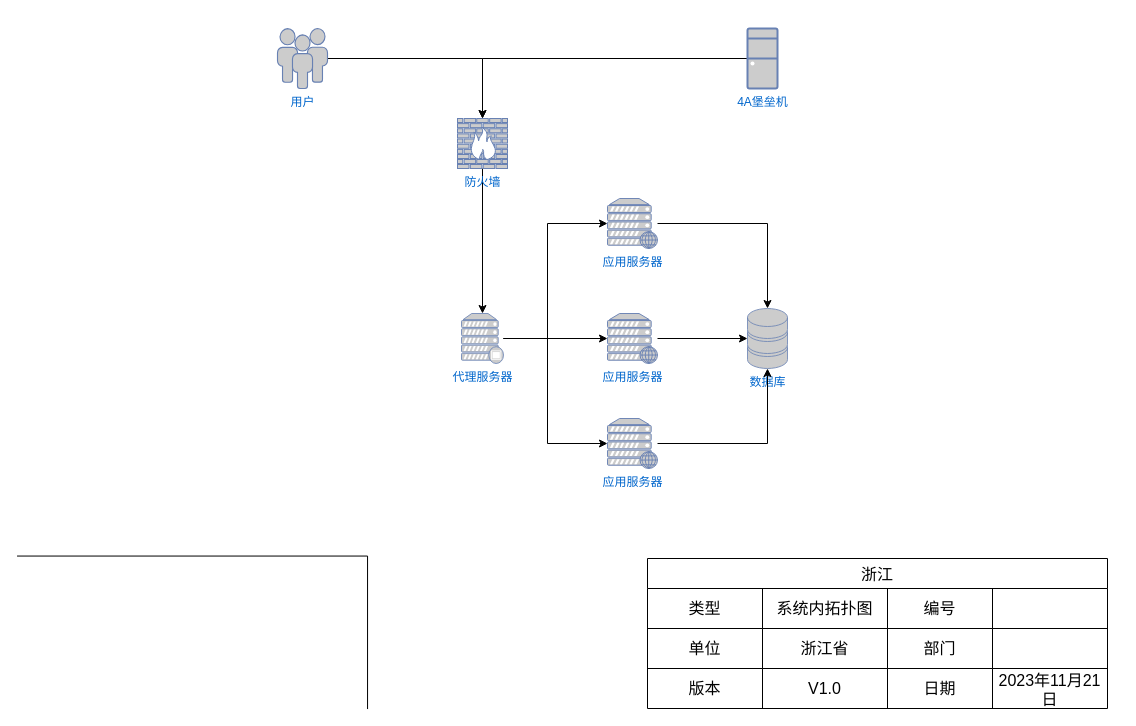
Above: Untitled Diagram.drawio in rchd/work-note (draw.io), before the change. Source tidied: cells renumbered, new cells numbered last; positions are measured from the earlier drawing's top-left corner, leaving out a move shared by most shapes. Both pictures are drawn from the tidied source at 100%, with x=0, y=0 at pixel (116, 28).
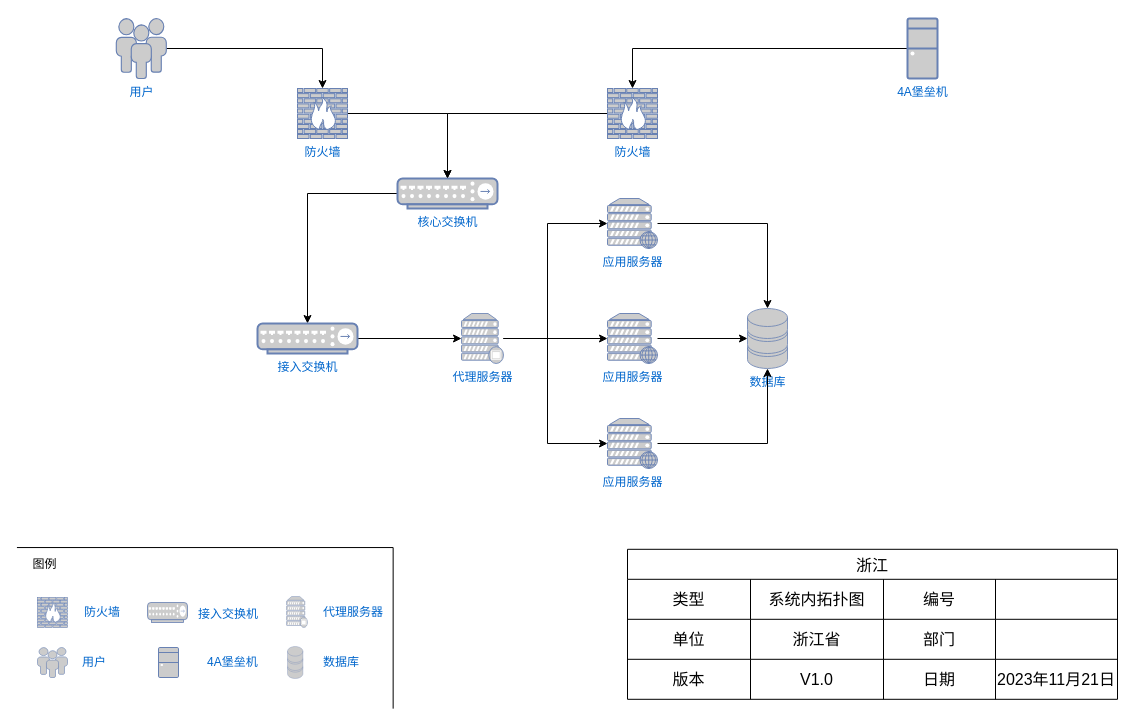
The same diagram, later.

Unchanged cells that the change refers to:
```xml
<mxCell id="14" value="代理服务器" style="fontColor=#0066CC;verticalAlign=top;verticalLabelPosition=bottom;labelPosition=center;align=center;html=1;outlineConnect=0;fillColor=#CCCCCC;strokeColor=#6881B3;gradientColor=none;gradientDirection=north;strokeWidth=2;shape=mxgraph.networks.proxy_server;" parent="1" vertex="1">
  <mxGeometry x="345" y="285" width="42" height="50" as="geometry" />
</mxCell>
```

Change to the diagram source:
```diff
@@
     <mxCell id="3" value="用户" style="fontColor=#0066CC;verticalAlign=top;verticalLabelPosition=bottom;labelPosition=center;align=center;html=1;outlineConnect=0;fillColor=#CCCCCC;strokeColor=#6881B3;gradientColor=none;gradientDirection=north;strokeWidth=2;shape=mxgraph.networks.users;" parent="1" vertex="1">
-      <mxGeometry x="161" width="50" height="60" as="geometry" />
+      <mxGeometry x="-0.2" y="-10" width="50" height="60" as="geometry" />
     </mxCell>
@@
-    <mxCell id="7" style="edgeStyle=orthogonalEdgeStyle;rounded=0;jettySize=auto;html=1;" parent="1" edge="1" source="8" target="14">
+    <mxCell id="7" style="edgeStyle=orthogonalEdgeStyle;rounded=0;jettySize=auto;html=1;" parent="1" edge="1" source="8" target="38">
       <mxGeometry relative="1" as="geometry" />
     </mxCell>
     <mxCell id="8" value="防火墙" style="fontColor=#0066CC;verticalAlign=top;verticalLabelPosition=bottom;labelPosition=center;align=center;html=1;outlineConnect=0;fillColor=#CCCCCC;strokeColor=#6881B3;gradientColor=none;gradientDirection=north;strokeWidth=2;shape=mxgraph.networks.firewall;" parent="1" vertex="1">
-      <mxGeometry x="341" y="90" width="50" height="50" as="geometry" />
+      <mxGeometry x="181" y="60" width="50" height="50" as="geometry" />
     </mxCell>
-    <mxCell id="9" style="edgeStyle=orthogonalEdgeStyle;rounded=0;jettySize=auto;html=1;" parent="1" edge="1" source="10" target="8">
-      <mxGeometry relative="1" as="geometry" />
-    </mxCell>
+    <mxCell id="36" style="edgeStyle=orthogonalEdgeStyle;rounded=0;jettySize=auto;html=1;" parent="1" edge="1" source="10" target="40">
+      <mxGeometry relative="1" as="geometry" />
+    </mxCell>
     <mxCell id="10" value="4A堡垒机" style="fontColor=#0066CC;verticalAlign=top;verticalLabelPosition=bottom;labelPosition=center;align=center;html=1;outlineConnect=0;fillColor=#CCCCCC;strokeColor=#6881B3;gradientColor=none;gradientDirection=north;strokeWidth=2;shape=mxgraph.networks.desktop_pc;" parent="1" vertex="1">
-      <mxGeometry x="631" width="30" height="60" as="geometry" />
+      <mxGeometry x="791" y="-10" width="30" height="60" as="geometry" />
     </mxCell>
@@
     <mxCell id="19" value="浙江" style="shape=table;startSize=30;childLayout=tableLayout;strokeColor=default;fontSize=16;shadow=0;rowLines=1;arcSize=15;" parent="1" vertex="1">
-      <mxGeometry x="531" y="530" width="460" height="150" as="geometry" />
+      <mxGeometry x="511" y="520.8" width="490" height="150" as="geometry" />
     </mxCell>
     <mxCell id="20" style="shape=tableRow;horizontal=0;startSize=0;swimlaneHead=0;swimlaneBody=0;strokeColor=inherit;top=0;left=0;bottom=0;right=0;fillColor=none;fontSize=16;" parent="19" vertex="1">
-      <mxGeometry y="30" width="460" height="40" as="geometry" />
+      <mxGeometry y="30" width="490" height="40" as="geometry" />
     </mxCell>
     <mxCell id="21" value="类型" style="shape=partialRectangle;html=1;whiteSpace=wrap;strokeColor=inherit;overflow=hidden;fillColor=none;top=0;left=0;bottom=0;right=0;fontSize=16;" parent="20" vertex="1">
-      <mxGeometry width="115" height="40" as="geometry" />
+      <mxGeometry width="123" height="40" as="geometry" />
     </mxCell>
     <mxCell id="22" value="系统内拓扑图" style="shape=partialRectangle;html=1;whiteSpace=wrap;strokeColor=inherit;overflow=hidden;fillColor=none;top=0;left=0;bottom=0;right=0;fontSize=16;" parent="20" vertex="1">
-      <mxGeometry x="115" width="125" height="40" as="geometry" />
+      <mxGeometry x="123" width="133" height="40" as="geometry" />
     </mxCell>
     <mxCell id="23" value="编号" style="shape=partialRectangle;html=1;whiteSpace=wrap;strokeColor=inherit;overflow=hidden;fillColor=none;top=0;left=0;bottom=0;right=0;fontSize=16;" parent="20" vertex="1">
-      <mxGeometry x="240" width="105" height="40" as="geometry" />
+      <mxGeometry x="256" width="112" height="40" as="geometry" />
     </mxCell>
     <mxCell id="24" style="shape=partialRectangle;html=1;whiteSpace=wrap;strokeColor=inherit;overflow=hidden;fillColor=none;top=0;left=0;bottom=0;right=0;fontSize=16;" parent="20" vertex="1">
-      <mxGeometry x="345" width="115" height="40" as="geometry" />
+      <mxGeometry x="368" width="122" height="40" as="geometry" />
     </mxCell>
     <mxCell id="25" style="shape=tableRow;horizontal=0;startSize=0;swimlaneHead=0;swimlaneBody=0;strokeColor=inherit;top=0;left=0;bottom=0;right=0;fillColor=none;fontSize=16;" parent="19" vertex="1">
-      <mxGeometry y="70" width="460" height="40" as="geometry" />
+      <mxGeometry y="70" width="490" height="40" as="geometry" />
     </mxCell>
     <mxCell id="26" value="单位" style="shape=partialRectangle;html=1;whiteSpace=wrap;strokeColor=inherit;overflow=hidden;fillColor=none;top=0;left=0;bottom=0;right=0;fontSize=16;" parent="25" vertex="1">
-      <mxGeometry width="115" height="40" as="geometry" />
+      <mxGeometry width="123" height="40" as="geometry" />
     </mxCell>
     <mxCell id="27" value="浙江省" style="shape=partialRectangle;html=1;whiteSpace=wrap;strokeColor=inherit;overflow=hidden;fillColor=none;top=0;left=0;bottom=0;right=0;fontSize=16;" parent="25" vertex="1">
-      <mxGeometry x="115" width="125" height="40" as="geometry" />
+      <mxGeometry x="123" width="133" height="40" as="geometry" />
     </mxCell>
     <mxCell id="28" value="部门" style="shape=partialRectangle;html=1;whiteSpace=wrap;strokeColor=inherit;overflow=hidden;fillColor=none;top=0;left=0;bottom=0;right=0;fontSize=16;" parent="25" vertex="1">
-      <mxGeometry x="240" width="105" height="40" as="geometry" />
+      <mxGeometry x="256" width="112" height="40" as="geometry" />
     </mxCell>
     <mxCell id="29" style="shape=partialRectangle;html=1;whiteSpace=wrap;strokeColor=inherit;overflow=hidden;fillColor=none;top=0;left=0;bottom=0;right=0;fontSize=16;" parent="25" vertex="1">
-      <mxGeometry x="345" width="115" height="40" as="geometry" />
+      <mxGeometry x="368" width="122" height="40" as="geometry" />
     </mxCell>
     <mxCell id="30" style="shape=tableRow;horizontal=0;startSize=0;swimlaneHead=0;swimlaneBody=0;strokeColor=inherit;top=0;left=0;bottom=0;right=0;fillColor=none;fontSize=16;" parent="19" vertex="1">
-      <mxGeometry y="110" width="460" height="40" as="geometry" />
+      <mxGeometry y="110" width="490" height="40" as="geometry" />
     </mxCell>
     <mxCell id="31" value="版本" style="shape=partialRectangle;html=1;whiteSpace=wrap;strokeColor=inherit;overflow=hidden;fillColor=none;top=0;left=0;bottom=0;right=0;fontSize=16;" parent="30" vertex="1">
-      <mxGeometry width="115" height="40" as="geometry" />
+      <mxGeometry width="123" height="40" as="geometry" />
     </mxCell>
     <mxCell id="32" value="V1.0" style="shape=partialRectangle;html=1;whiteSpace=wrap;strokeColor=inherit;overflow=hidden;fillColor=none;top=0;left=0;bottom=0;right=0;fontSize=16;" parent="30" vertex="1">
-      <mxGeometry x="115" width="125" height="40" as="geometry" />
+      <mxGeometry x="123" width="133" height="40" as="geometry" />
     </mxCell>
     <mxCell id="33" value="日期" style="shape=partialRectangle;html=1;whiteSpace=wrap;strokeColor=inherit;overflow=hidden;fillColor=none;top=0;left=0;bottom=0;right=0;fontSize=16;" parent="30" vertex="1">
-      <mxGeometry x="240" width="105" height="40" as="geometry" />
+      <mxGeometry x="256" width="112" height="40" as="geometry" />
     </mxCell>
     <mxCell id="34" value="2023年11月21日" style="shape=partialRectangle;html=1;whiteSpace=wrap;strokeColor=inherit;overflow=hidden;fillColor=none;top=0;left=0;bottom=0;right=0;fontSize=16;" parent="30" vertex="1">
-      <mxGeometry x="345" width="115" height="40" as="geometry" />
+      <mxGeometry x="368" width="122" height="40" as="geometry" />
     </mxCell>
     <mxCell id="35" style="shape=partialRectangle;whiteSpace=wrap;html=1;top=0;left=0;fillColor=none;noLabel=0;rotation=-90;" parent="1" vertex="1">
-      <mxGeometry x="-0.2" y="428.8" width="152.5" height="350" as="geometry" />
+      <mxGeometry x="8.5" y="411.5" width="160.6" height="375.7" as="geometry" />
     </mxCell>
+    <mxCell id="37" style="edgeStyle=orthogonalEdgeStyle;rounded=0;jettySize=auto;html=1;" parent="1" edge="1" source="38" target="42">
+      <mxGeometry relative="1" as="geometry" />
+    </mxCell>
+    <mxCell id="38" value="核心交换机" style="fontColor=#0066CC;verticalAlign=top;verticalLabelPosition=bottom;labelPosition=center;align=center;html=1;outlineConnect=0;fillColor=#CCCCCC;strokeColor=#6881B3;gradientColor=none;gradientDirection=north;strokeWidth=2;shape=mxgraph.networks.hub;" parent="1" vertex="1">
+      <mxGeometry x="281" y="150" width="100" height="30" as="geometry" />
+    </mxCell>
+    <mxCell id="39" style="edgeStyle=orthogonalEdgeStyle;rounded=0;jettySize=auto;html=1;" parent="1" edge="1" source="40" target="38">
+      <mxGeometry relative="1" as="geometry" />
+    </mxCell>
+    <mxCell id="40" value="防火墙" style="fontColor=#0066CC;verticalAlign=top;verticalLabelPosition=bottom;labelPosition=center;align=center;html=1;outlineConnect=0;fillColor=#CCCCCC;strokeColor=#6881B3;gradientColor=none;gradientDirection=north;strokeWidth=2;shape=mxgraph.networks.firewall;" parent="1" vertex="1">
+      <mxGeometry x="491" y="60" width="50" height="50" as="geometry" />
+    </mxCell>
+    <mxCell id="41" style="edgeStyle=orthogonalEdgeStyle;rounded=0;jettySize=auto;html=1;" parent="1" edge="1" source="42" target="14">
+      <mxGeometry relative="1" as="geometry" />
+    </mxCell>
+    <mxCell id="42" value="接入交换机" style="fontColor=#0066CC;verticalAlign=top;verticalLabelPosition=bottom;labelPosition=center;align=center;html=1;outlineConnect=0;fillColor=#CCCCCC;strokeColor=#6881B3;gradientColor=none;gradientDirection=north;strokeWidth=2;shape=mxgraph.networks.hub;" parent="1" vertex="1">
+      <mxGeometry x="141" y="295" width="100" height="30" as="geometry" />
+    </mxCell>
+    <mxCell id="43" value="防火墙" style="fontColor=#0066CC;verticalAlign=middle;verticalLabelPosition=middle;labelPosition=right;align=left;html=1;fillColor=#CCCCCC;strokeColor=#6881B3;gradientColor=none;gradientDirection=north;strokeWidth=2;shape=mxgraph.networks.firewall;noLabel=0;fontSize=12;spacingLeft=15;" parent="1" vertex="1">
+      <mxGeometry x="-79" y="569" width="30" height="30" as="geometry" />
+    </mxCell>
+    <mxCell id="44" value="接入交换机" style="fontColor=#0066CC;verticalAlign=middle;verticalLabelPosition=middle;labelPosition=right;align=left;html=1;fillColor=#CCCCCC;strokeColor=#6881B3;gradientColor=none;gradientDirection=north;strokeWidth=2;shape=mxgraph.networks.hub;spacingLeft=9;spacingBottom=-3;spacingRight=8;" parent="1" vertex="1">
+      <mxGeometry x="31" y="574" width="40" height="20" as="geometry" />
+    </mxCell>
+    <mxCell id="45" value="用户" style="fontColor=#0066CC;verticalAlign=middle;verticalLabelPosition=middle;labelPosition=right;align=left;html=1;fillColor=#CCCCCC;strokeColor=#6881B3;gradientColor=none;gradientDirection=north;strokeWidth=2;shape=mxgraph.networks.users;spacingLeft=13;" parent="1" vertex="1">
+      <mxGeometry x="-79" y="619" width="30" height="30" as="geometry" />
+    </mxCell>
+    <mxCell id="46" value="4A堡垒机" style="fontColor=#0066CC;verticalAlign=middle;verticalLabelPosition=middle;labelPosition=right;align=left;html=1;fillColor=#CCCCCC;strokeColor=#6881B3;gradientColor=none;gradientDirection=north;strokeWidth=2;shape=mxgraph.networks.desktop_pc;spacingLeft=27;" parent="1" vertex="1">
+      <mxGeometry x="42" y="619" width="20" height="30" as="geometry" />
+    </mxCell>
+    <mxCell id="47" value="图例" style="text;html=1;align=center;verticalAlign=middle;strokeColor=none;fillColor=none;" parent="1" vertex="1">
+      <mxGeometry x="-97" y="520.8" width="50" height="30" as="geometry" />
+    </mxCell>
+    <mxCell id="48" value="代理服务器" style="fontColor=#0066CC;verticalAlign=middle;verticalLabelPosition=middle;labelPosition=right;align=left;html=1;fillColor=#CCCCCC;strokeColor=#6881B3;gradientColor=none;gradientDirection=north;strokeWidth=2;shape=mxgraph.networks.proxy_server;spacingLeft=14;" parent="1" vertex="1">
+      <mxGeometry x="170" y="568" width="21" height="31" as="geometry" />
+    </mxCell>
+    <mxCell id="49" value="数据库" style="fontColor=#0066CC;verticalAlign=middle;verticalLabelPosition=middle;labelPosition=right;align=left;html=1;fillColor=#CCCCCC;strokeColor=#6881B3;gradientColor=none;gradientDirection=north;strokeWidth=2;shape=mxgraph.networks.storage;spacingLeft=19;" parent="1" vertex="1">
+      <mxGeometry x="171" y="618" width="15.4" height="32" as="geometry" />
+    </mxCell>
```
